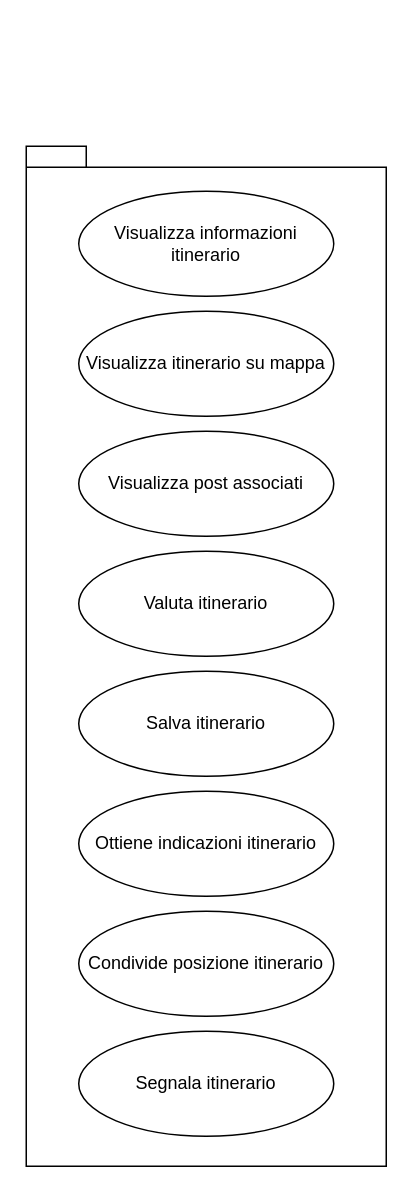
Above: page "Interazione con un itinerario" (3 of 5) of docs/useCase.drawio in archer-65/natour-2122 (draw.io), before the change. Source tidied: cells renumbered, new cells numbered last; positions are measured from the earlier drawing's top-left corner, leaving out a move shared by most shapes. Both pictures are drawn from the tidied source at 150%, with x=0, y=0 at pixel (26, 146).
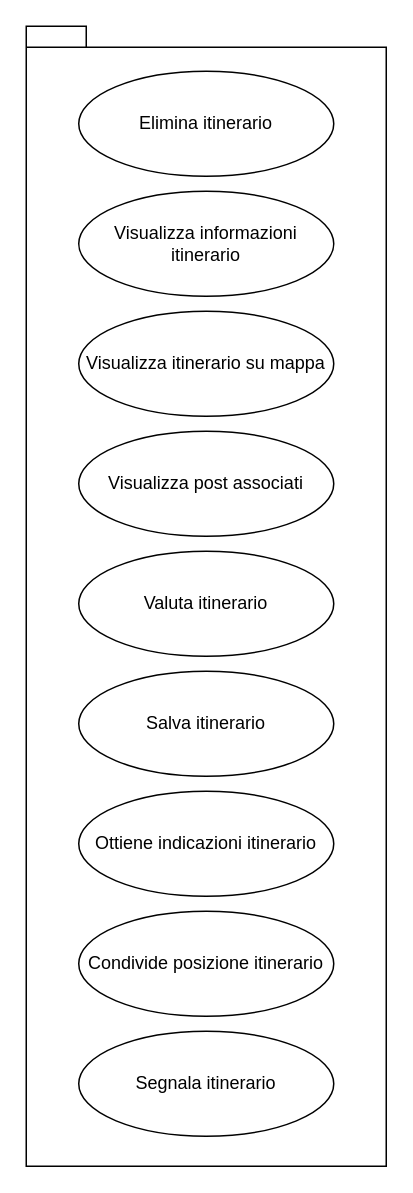
The same diagram, later.

The edit, as a diff of the source:
```diff
@@
 <mxGraphModel>
   <root>
     <mxCell id="0" />
     <mxCell id="1" parent="0" />
     <mxCell id="2" style="shape=folder;fontStyle=1;spacingTop=10;tabWidth=40;tabHeight=14;tabPosition=left;html=1;" parent="1" vertex="1">
-      <mxGeometry width="240" height="680" as="geometry" />
+      <mxGeometry y="-80" width="240" height="760" as="geometry" />
     </mxCell>
     <mxCell id="3" value="Valuta itinerario" style="ellipse;whiteSpace=wrap;html=1;" parent="1" vertex="1">
       <mxGeometry x="35" y="270" width="170" height="70" as="geometry" />
     </mxCell>
     <mxCell id="4" value="Salva itinerario" style="ellipse;whiteSpace=wrap;html=1;" parent="1" vertex="1">
       <mxGeometry x="35" y="350" width="170" height="70" as="geometry" />
     </mxCell>
     <mxCell id="5" value="Visualizza post associati" style="ellipse;whiteSpace=wrap;html=1;" parent="1" vertex="1">
       <mxGeometry x="35" y="190" width="170" height="70" as="geometry" />
     </mxCell>
     <mxCell id="6" value="Visualizza informazioni itinerario" style="ellipse;whiteSpace=wrap;html=1;" parent="1" vertex="1">
       <mxGeometry x="35" y="30" width="170" height="70" as="geometry" />
     </mxCell>
     <mxCell id="7" value="Segnala itinerario" style="ellipse;whiteSpace=wrap;html=1;" parent="1" vertex="1">
       <mxGeometry x="35" y="590" width="170" height="70" as="geometry" />
     </mxCell>
     <mxCell id="8" value="Condivide posizione itinerario" style="ellipse;whiteSpace=wrap;html=1;" parent="1" vertex="1">
       <mxGeometry x="35" y="510" width="170" height="70" as="geometry" />
     </mxCell>
     <mxCell id="9" value="Ottiene indicazioni itinerario" style="ellipse;whiteSpace=wrap;html=1;" parent="1" vertex="1">
       <mxGeometry x="35" y="430" width="170" height="70" as="geometry" />
     </mxCell>
     <mxCell id="10" value="Visualizza itinerario su mappa" style="ellipse;whiteSpace=wrap;html=1;" parent="1" vertex="1">
       <mxGeometry x="35" y="110" width="170" height="70" as="geometry" />
     </mxCell>
+    <mxCell id="11" value="Elimina itinerario" style="ellipse;whiteSpace=wrap;html=1;" parent="1" vertex="1">
+      <mxGeometry x="35" y="-50" width="170" height="70" as="geometry" />
+    </mxCell>
   </root>
 </mxGraphModel>
```
